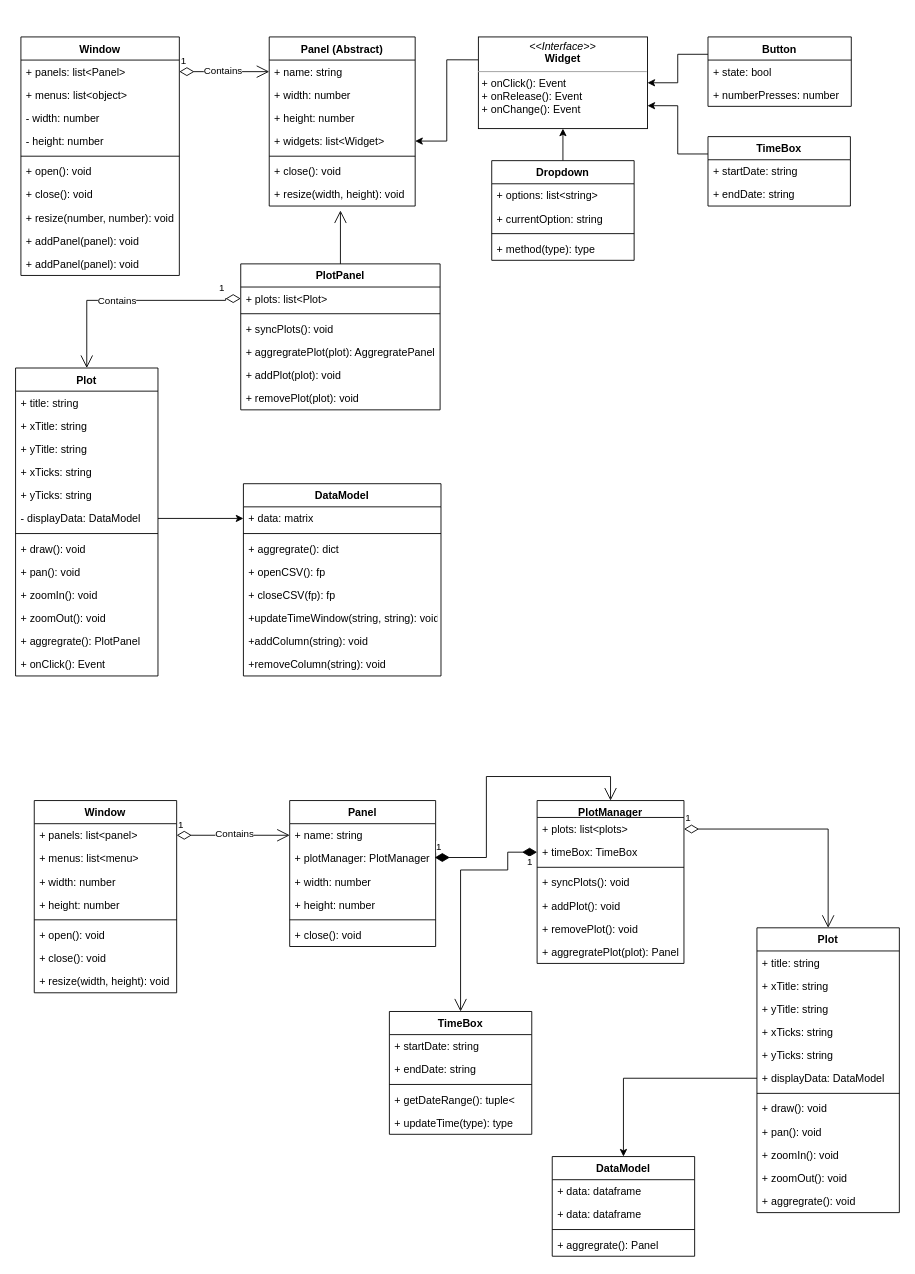
Above: ClassModel.drawio in LukiePookie1/data-visualization-application (draw.io), before the change. Source tidied: cells renumbered, new cells numbered last; positions are measured from the earlier drawing's top-left corner, leaving out a move shared by most shapes. Both pictures are drawn from the tidied source at 89%, with x=0, y=0 at pixel (15, 36).
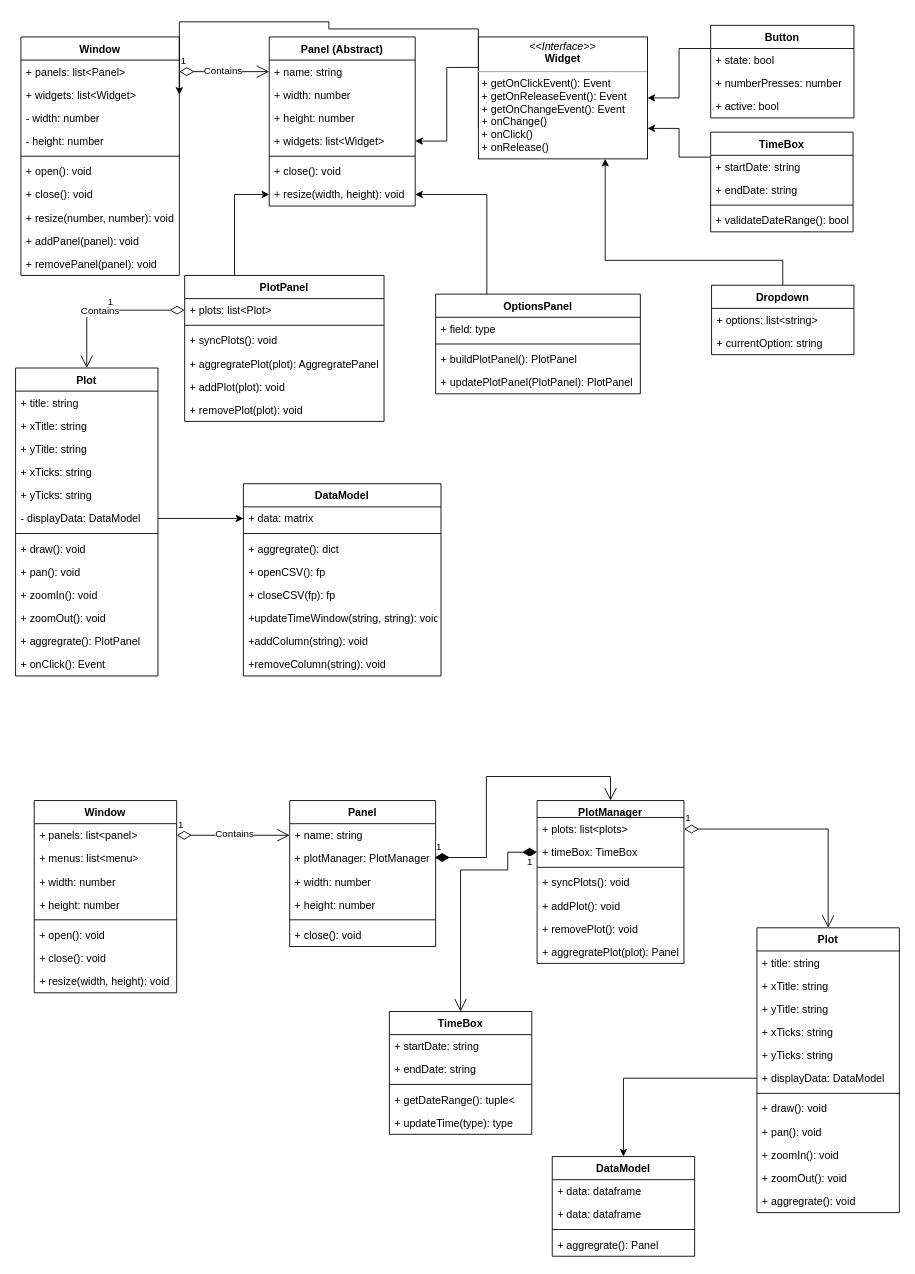
The same diagram, later.

The change refers to these unchanged cells:
```xml
<mxCell id="56" value="Window" style="swimlane;fontStyle=1;align=center;verticalAlign=top;horizontal=1;startSize=26;" parent="1" vertex="1">
  <mxGeometry x="6" width="178" height="268" as="geometry" />
</mxCell>
<mxCell id="74" value="+ resize(width, height): void" style="text;strokeColor=none;fillColor=none;align=left;verticalAlign=top;spacingLeft=4;spacingRight=4;overflow=hidden;points=[[0,0.5],[1,0.5]];portConstraint=eastwest;" parent="67" vertex="1">
  <mxGeometry y="164" width="164" height="26" as="geometry" />
</mxCell>
<mxCell id="78" value="+ plots: list&lt;Plot&gt;" style="text;strokeColor=none;fillColor=none;align=left;verticalAlign=top;spacingLeft=4;spacingRight=4;overflow=hidden;points=[[0,0.5],[1,0.5]];portConstraint=eastwest;" parent="77" vertex="1">
  <mxGeometry y="26" width="224" height="26" as="geometry" />
</mxCell>
<mxCell id="85" value="Plot" style="swimlane;fontStyle=1;align=center;verticalAlign=top;horizontal=1;startSize=26;" parent="1" vertex="1">
  <mxGeometry y="372" width="160" height="346" as="geometry" />
</mxCell>
```

Diff of the diagram source:
```diff
@@
-    <mxCell id="58" value="+ menus: list&lt;object&gt; " style="text;strokeColor=none;fillColor=none;align=left;verticalAlign=top;spacingLeft=4;spacingRight=4;overflow=hidden;points=[[0,0.5],[1,0.5]];portConstraint=eastwest;" parent="56" vertex="1">
+    <mxCell id="58" value="+ widgets: list&lt;Widget&gt; " style="text;strokeColor=none;fillColor=none;align=left;verticalAlign=top;spacingLeft=4;spacingRight=4;overflow=hidden;points=[[0,0.5],[1,0.5]];portConstraint=eastwest;" parent="56" vertex="1">
       <mxGeometry y="52" width="178" height="26" as="geometry" />
     </mxCell>
@@
-    <mxCell id="66" value="+ addPanel(panel): void" style="text;strokeColor=none;fillColor=none;align=left;verticalAlign=top;spacingLeft=4;spacingRight=4;overflow=hidden;" parent="56" vertex="1">
+    <mxCell id="66" value="+ removePanel(panel): void" style="text;strokeColor=none;fillColor=none;align=left;verticalAlign=top;spacingLeft=4;spacingRight=4;overflow=hidden;" parent="56" vertex="1">
       <mxGeometry y="242" width="178" height="26" as="geometry" />
     </mxCell>
@@
+    <mxCell id="84" style="edgeStyle=orthogonalEdgeStyle;rounded=0;jettySize=auto;html=1;exitX=0.25;exitY=0;exitDx=0;exitDy=0;entryX=0;entryY=0.5;entryDx=0;entryDy=0;" parent="1" edge="1" source="77" target="74">
+      <mxGeometry relative="1" as="geometry" />
+    </mxCell>
     <mxCell id="77" value="PlotPanel" style="swimlane;fontStyle=1;align=center;verticalAlign=top;horizontal=1;startSize=26;" parent="1" vertex="1">
-      <mxGeometry x="253" y="255" width="224" height="164" as="geometry" />
+      <mxGeometry x="190" y="268" width="224" height="164" as="geometry" />
     </mxCell>
@@
-    <mxCell id="84" style="endArrow=open;endFill=1;endSize=12;html=1;rounded=0;entryX=0.488;entryY=1.192;entryDx=0;entryDy=0;exitX=0.5;exitY=0;exitDx=0;exitDy=0;entryPerimeter=0;" parent="1" edge="1" source="77" target="74">
-      <mxGeometry relative="1" as="geometry" />
-    </mxCell>
@@
-    <mxCell id="99" value="1" style="endArrow=open;html=1;endSize=12;startArrow=diamondThin;startSize=14;startFill=0;edgeStyle=orthogonalEdgeStyle;align=left;verticalAlign=bottom;rounded=0;exitX=0;exitY=0.5;exitDx=0;exitDy=0;entryX=0.5;entryY=0;entryDx=0;entryDy=0;" parent="1" edge="1" source="78" target="85">
-      <mxGeometry x="-0.78" y="-5" relative="1" as="geometry">
-        <Array as="points">
-          <mxPoint x="236" y="294" />
-          <mxPoint x="236" y="296" />
-          <mxPoint x="80" y="296" />
-        </Array>
-      </mxGeometry>
+    <mxCell id="99" value="1" style="endArrow=open;html=1;endSize=12;startArrow=diamondThin;startSize=14;startFill=0;edgeStyle=orthogonalEdgeStyle;align=left;verticalAlign=bottom;rounded=0;entryX=0.5;entryY=0;entryDx=0;entryDy=0;exitX=0;exitY=0.5;exitDx=0;exitDy=0;" parent="1" edge="1" source="78" target="85">
+      <mxGeometry relative="1" as="geometry" />
     </mxCell>
@@
     <mxCell id="112" value="Button" style="swimlane;fontStyle=1;horizontal=1;startSize=26;fillColor=none;" parent="1" vertex="1">
-      <mxGeometry x="778" width="161" height="78" as="geometry" />
+      <mxGeometry x="781" y="-13" width="161" height="104" as="geometry" />
     </mxCell>
@@
+    <mxCell id="127" value="+ active: bool" style="text;strokeColor=none;fillColor=none;align=left;verticalAlign=top;spacingLeft=4;spacingRight=4;overflow=hidden;" parent="112" vertex="1">
+      <mxGeometry y="78" width="161" height="26" as="geometry" />
+    </mxCell>
@@
+    <mxCell id="128" style="edgeStyle=orthogonalEdgeStyle;rounded=0;jettySize=auto;html=1;exitX=0;exitY=0.75;exitDx=0;exitDy=0;entryX=1;entryY=0.5;entryDx=0;entryDy=0;" parent="1" edge="1" source="116" target="58">
+      <mxGeometry relative="1" as="geometry">
+        <Array as="points">
+          <mxPoint x="520" y="-9" />
+          <mxPoint x="352" y="-9" />
+          <mxPoint x="352" y="-17" />
+          <mxPoint x="184" y="-17" />
+        </Array>
+      </mxGeometry>
+    </mxCell>
-    <mxCell id="116" value="&lt;p style=&quot;margin:0px;margin-top:4px;text-align:center;&quot;&gt;&lt;i&gt;&amp;lt;&amp;lt;Interface&amp;gt;&amp;gt;&lt;/i&gt;&lt;br&gt;&lt;b&gt;Widget&lt;/b&gt;&lt;/p&gt;&lt;hr size=&quot;1&quot;&gt;&lt;p style=&quot;margin:0px;margin-left:4px;&quot;&gt;+ onClick(): Event&lt;br&gt;+ onRelease(): Event&lt;/p&gt;&lt;p style=&quot;margin:0px;margin-left:4px;&quot;&gt;+ onChange(): Event&lt;/p&gt;" style="verticalAlign=top;align=left;overflow=fill;fontSize=12;fontFamily=Helvetica;html=1;" parent="1" vertex="1">
-      <mxGeometry x="520" width="190" height="103" as="geometry" />
+    <mxCell id="116" value="&lt;p style=&quot;margin:0px;margin-top:4px;text-align:center;&quot;&gt;&lt;i&gt;&amp;lt;&amp;lt;Interface&amp;gt;&amp;gt;&lt;/i&gt;&lt;br&gt;&lt;b&gt;Widget&lt;/b&gt;&lt;/p&gt;&lt;hr size=&quot;1&quot;&gt;&lt;p style=&quot;margin:0px;margin-left:4px;&quot;&gt;+ getOnClickEvent(): Event&lt;br&gt;+ getOnReleaseEvent(): Event&lt;/p&gt;&lt;p style=&quot;margin:0px;margin-left:4px;&quot;&gt;+ getOnChangeEvent(): Event&lt;/p&gt;&lt;p style=&quot;margin:0px;margin-left:4px;&quot;&gt;+ onChange()&lt;/p&gt;&lt;p style=&quot;margin:0px;margin-left:4px;&quot;&gt;+ onClick()&lt;/p&gt;&lt;p style=&quot;margin:0px;margin-left:4px;&quot;&gt;+ onRelease()&lt;/p&gt;" style="verticalAlign=top;align=left;overflow=fill;fontSize=12;fontFamily=Helvetica;html=1;" parent="1" vertex="1">
+      <mxGeometry x="520" width="190" height="137" as="geometry" />
     </mxCell>
@@
-    <mxCell id="118" value="TimeBox" style="swimlane;fontStyle=1;align=center;verticalAlign=top;horizontal=1;startSize=26;" parent="1" vertex="1">
-      <mxGeometry x="778" y="112" width="160" height="78" as="geometry" />
-    </mxCell>
-    <mxCell id="119" value="+ startDate: string" style="text;strokeColor=none;fillColor=none;align=left;verticalAlign=top;spacingLeft=4;spacingRight=4;overflow=hidden;" parent="118" vertex="1">
-      <mxGeometry y="26" width="160" height="26" as="geometry" />
-    </mxCell>
-    <mxCell id="120" value="+ endDate: string" style="text;strokeColor=none;fillColor=none;align=left;verticalAlign=top;spacingLeft=4;spacingRight=4;overflow=hidden;" parent="118" vertex="1">
-      <mxGeometry y="52" width="160" height="26" as="geometry" />
-    </mxCell>
-    <mxCell id="121" style="edgeStyle=orthogonalEdgeStyle;rounded=0;jettySize=auto;html=1;exitX=0.5;exitY=0;exitDx=0;exitDy=0;entryX=0.5;entryY=1;entryDx=0;entryDy=0;" parent="1" edge="1" source="122" target="116">
-      <mxGeometry relative="1" as="geometry" />
+    <mxCell id="121" style="edgeStyle=orthogonalEdgeStyle;rounded=0;jettySize=auto;html=1;exitX=0.5;exitY=0;exitDx=0;exitDy=0;entryX=0.75;entryY=1;entryDx=0;entryDy=0;" parent="1" edge="1" source="122" target="116">
+      <mxGeometry relative="1" as="geometry">
+        <Array as="points">
+          <mxPoint x="862" y="251" />
+          <mxPoint x="663" y="251" />
+        </Array>
+      </mxGeometry>
     </mxCell>
     <mxCell id="122" value="Dropdown" style="swimlane;fontStyle=1;align=center;verticalAlign=top;horizontal=1;startSize=26;" parent="1" vertex="1">
-      <mxGeometry x="535" y="139" width="160" height="112" as="geometry" />
+      <mxGeometry x="782" y="279" width="160" height="78" as="geometry" />
     </mxCell>
@@
+    <mxCell id="118" value="TimeBox" style="swimlane;fontStyle=1;align=center;verticalAlign=top;horizontal=1;startSize=26;" parent="1" vertex="1">
+      <mxGeometry x="781" y="107" width="160" height="112" as="geometry" />
+    </mxCell>
+    <mxCell id="119" value="+ startDate: string" style="text;strokeColor=none;fillColor=none;align=left;verticalAlign=top;spacingLeft=4;spacingRight=4;overflow=hidden;" parent="118" vertex="1">
+      <mxGeometry y="26" width="160" height="26" as="geometry" />
+    </mxCell>
+    <mxCell id="120" value="+ endDate: string" style="text;strokeColor=none;fillColor=none;align=left;verticalAlign=top;spacingLeft=4;spacingRight=4;overflow=hidden;" parent="118" vertex="1">
+      <mxGeometry y="52" width="160" height="26" as="geometry" />
+    </mxCell>
-    <mxCell id="125" style="line;strokeWidth=1;fillColor=none;align=left;verticalAlign=middle;spacingTop=-1;spacingLeft=3;spacingRight=3;labelPosition=right;strokeColor=inherit;" parent="122" vertex="1">
+    <mxCell id="125" style="line;strokeWidth=1;fillColor=none;align=left;verticalAlign=middle;spacingTop=-1;spacingLeft=3;spacingRight=3;labelPosition=right;strokeColor=inherit;" parent="118" vertex="1">
       <mxGeometry y="78" width="160" height="8" as="geometry" />
     </mxCell>
-    <mxCell id="126" value="+ method(type): type" style="text;strokeColor=none;fillColor=none;align=left;verticalAlign=top;spacingLeft=4;spacingRight=4;overflow=hidden;" parent="122" vertex="1">
-      <mxGeometry y="86" width="160" height="26" as="geometry" />
-    </mxCell>
+    <mxCell id="129" value="+ validateDateRange(): bool" style="text;strokeColor=none;fillColor=none;align=left;verticalAlign=top;spacingLeft=4;spacingRight=4;overflow=hidden;" parent="118" vertex="1">
+      <mxGeometry y="86" width="160" height="26" as="geometry" />
+    </mxCell>
+    <mxCell id="130" style="edgeStyle=orthogonalEdgeStyle;rounded=0;jettySize=auto;html=1;exitX=0.25;exitY=0;exitDx=0;exitDy=0;entryX=1;entryY=0.5;entryDx=0;entryDy=0;" parent="1" edge="1" source="131" target="74">
+      <mxGeometry relative="1" as="geometry" />
+    </mxCell>
+    <mxCell id="131" value="OptionsPanel" style="swimlane;fontStyle=1;align=center;verticalAlign=top;horizontal=1;startSize=26;" parent="1" vertex="1">
+      <mxGeometry x="472" y="289" width="230" height="112" as="geometry" />
+    </mxCell>
+    <mxCell id="132" value="+ field: type" style="text;strokeColor=none;fillColor=none;align=left;verticalAlign=top;spacingLeft=4;spacingRight=4;overflow=hidden;" parent="131" vertex="1">
+      <mxGeometry y="26" width="230" height="26" as="geometry" />
+    </mxCell>
+    <mxCell id="133" style="line;strokeWidth=1;fillColor=none;align=left;verticalAlign=middle;spacingTop=-1;spacingLeft=3;spacingRight=3;labelPosition=right;strokeColor=inherit;" parent="131" vertex="1">
+      <mxGeometry y="52" width="230" height="8" as="geometry" />
+    </mxCell>
+    <mxCell id="134" value="+ buildPlotPanel(): PlotPanel" style="text;strokeColor=none;fillColor=none;align=left;verticalAlign=top;spacingLeft=4;spacingRight=4;overflow=hidden;" parent="131" vertex="1">
+      <mxGeometry y="60" width="230" height="26" as="geometry" />
+    </mxCell>
+    <mxCell id="135" value="+ updatePlotPanel(PlotPanel): PlotPanel" style="text;strokeColor=none;fillColor=none;align=left;verticalAlign=top;spacingLeft=4;spacingRight=4;overflow=hidden;" parent="131" vertex="1">
+      <mxGeometry y="86" width="230" height="26" as="geometry" />
+    </mxCell>
```
